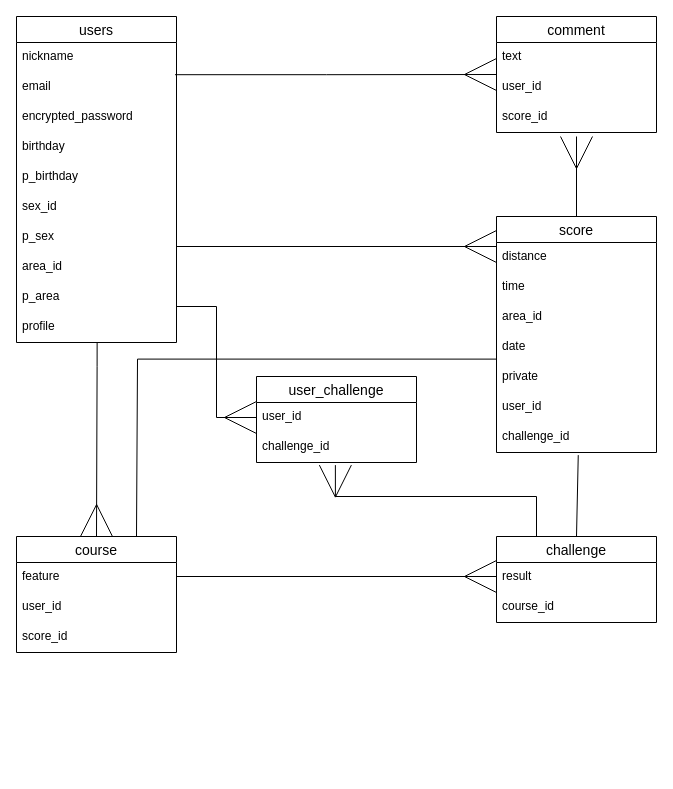
Earlier version of the draw.io diagram er1.dio (StepLadder123/Run-Online). Source tidied: cells renumbered, new cells numbered last; positions are measured from the earlier drawing's top-left corner, leaving out a move shared by most shapes. Both pictures are drawn from the tidied source at 100%, with x=0, y=0 at pixel (16, 16).
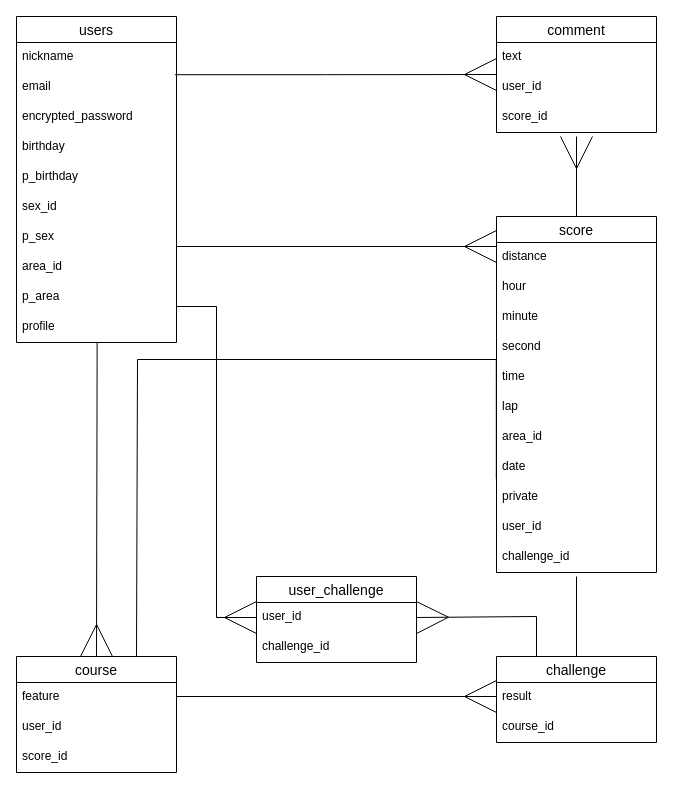
Above is the later version.

Unchanged cells that the change refers to:
```xml
<mxCell id="34" value="user_id" style="text;strokeColor=none;fillColor=none;spacingLeft=4;spacingRight=4;overflow=hidden;points=[[0,0.5],[1,0.5]];portConstraint=eastwest;fontSize=12;" parent="33" vertex="1">
  <mxGeometry y="26" width="160" height="30" as="geometry" />
</mxCell>
<mxCell id="35" value="challenge_id" style="text;strokeColor=none;fillColor=none;spacingLeft=4;spacingRight=4;overflow=hidden;points=[[0,0.5],[1,0.5]];portConstraint=eastwest;fontSize=12;" parent="33" vertex="1">
  <mxGeometry y="56" width="160" height="30" as="geometry" />
</mxCell>
```

What changed in the source:
```diff
@@
     <mxCell id="13" value="score" style="swimlane;fontStyle=0;horizontal=1;startSize=26;align=center;fontSize=14;" parent="1" vertex="1">
-      <mxGeometry x="480" y="200" width="160" height="236" as="geometry" />
+      <mxGeometry x="480" y="200" width="160" height="356" as="geometry" />
     </mxCell>
@@
-    <mxCell id="15" value="time" style="text;strokeColor=none;fillColor=none;spacingLeft=4;spacingRight=4;overflow=hidden;fontSize=12;" parent="13" vertex="1">
+    <mxCell id="15" value="hour " style="text;strokeColor=none;fillColor=none;spacingLeft=4;spacingRight=4;overflow=hidden;fontSize=12;" parent="13" vertex="1">
       <mxGeometry y="56" width="160" height="30" as="geometry" />
     </mxCell>
+    <mxCell id="44" value="minute" style="text;strokeColor=none;fillColor=none;spacingLeft=4;spacingRight=4;overflow=hidden;fontSize=12;" parent="13" vertex="1">
+      <mxGeometry y="86" width="160" height="30" as="geometry" />
+    </mxCell>
+    <mxCell id="45" value="second" style="text;strokeColor=none;fillColor=none;spacingLeft=4;spacingRight=4;overflow=hidden;fontSize=12;" parent="13" vertex="1">
+      <mxGeometry y="116" width="160" height="30" as="geometry" />
+    </mxCell>
+    <mxCell id="46" value="time" style="text;strokeColor=none;fillColor=none;spacingLeft=4;spacingRight=4;overflow=hidden;fontSize=12;" parent="13" vertex="1">
+      <mxGeometry y="146" width="160" height="30" as="geometry" />
+    </mxCell>
+    <mxCell id="47" value="lap" style="text;strokeColor=none;fillColor=none;spacingLeft=4;spacingRight=4;overflow=hidden;fontSize=12;" parent="13" vertex="1">
+      <mxGeometry y="176" width="160" height="30" as="geometry" />
+    </mxCell>
     <mxCell id="16" value="area_id" style="text;strokeColor=none;fillColor=none;spacingLeft=4;spacingRight=4;overflow=hidden;fontSize=12;" parent="13" vertex="1">
-      <mxGeometry y="86" width="160" height="30" as="geometry" />
+      <mxGeometry y="206" width="160" height="30" as="geometry" />
     </mxCell>
     <mxCell id="17" value="date" style="text;strokeColor=none;fillColor=none;spacingLeft=4;spacingRight=4;overflow=hidden;points=[[0,0.5],[1,0.5]];portConstraint=eastwest;fontSize=12;" parent="13" vertex="1">
-      <mxGeometry y="116" width="160" height="30" as="geometry" />
+      <mxGeometry y="236" width="160" height="30" as="geometry" />
     </mxCell>
     <mxCell id="18" value="private" style="text;strokeColor=none;fillColor=none;spacingLeft=4;spacingRight=4;overflow=hidden;fontSize=12;" parent="13" vertex="1">
-      <mxGeometry y="146" width="160" height="30" as="geometry" />
+      <mxGeometry y="266" width="160" height="30" as="geometry" />
     </mxCell>
     <mxCell id="19" value="user_id" style="text;strokeColor=none;fillColor=none;spacingLeft=4;spacingRight=4;overflow=hidden;fontSize=12;" parent="13" vertex="1">
-      <mxGeometry y="176" width="160" height="30" as="geometry" />
+      <mxGeometry y="296" width="160" height="30" as="geometry" />
     </mxCell>
     <mxCell id="20" value="challenge_id" style="text;strokeColor=none;fillColor=none;spacingLeft=4;spacingRight=4;overflow=hidden;points=[[0,0.5],[1,0.5]];portConstraint=eastwest;fontSize=12;" parent="13" vertex="1">
-      <mxGeometry y="206" width="160" height="30" as="geometry" />
+      <mxGeometry y="326" width="160" height="30" as="geometry" />
     </mxCell>
     <mxCell id="21" value="course" style="swimlane;fontStyle=0;horizontal=1;startSize=26;align=center;fontSize=14;" parent="1" vertex="1">
-      <mxGeometry y="520" width="160" height="116" as="geometry" />
+      <mxGeometry y="640" width="160" height="116" as="geometry" />
     </mxCell>
@@
     <mxCell id="26" value="challenge" style="swimlane;fontStyle=0;horizontal=1;startSize=26;align=center;fontSize=14;" parent="1" vertex="1">
-      <mxGeometry x="480" y="520" width="160" height="86" as="geometry" />
+      <mxGeometry x="480" y="640" width="160" height="86" as="geometry" />
     </mxCell>
@@
     <mxCell id="33" value="user_challenge" style="swimlane;fontStyle=0;horizontal=1;startSize=26;align=center;fontSize=14;" parent="1" vertex="1">
-      <mxGeometry x="240" y="360" width="160" height="86" as="geometry" />
+      <mxGeometry x="240" y="560" width="160" height="86" as="geometry" />
     </mxCell>
@@
     <mxCell id="39" style="edgeStyle=orthogonalEdgeStyle;rounded=0;orthogonalLoop=1;jettySize=auto;html=1;entryX=0;entryY=0.5;entryDx=0;entryDy=0;endArrow=ERmany;endFill=0;endSize=30;startSize=30;strokeWidth=1;sourcePerimeterSpacing=30;" parent="1" edge="1">
       <mxGeometry relative="1" as="geometry">
-        <mxPoint x="160" y="560" as="sourcePoint" />
-        <mxPoint x="480" y="560" as="targetPoint" />
+        <mxPoint x="160" y="680" as="sourcePoint" />
+        <mxPoint x="480" y="680" as="targetPoint" />
       </mxGeometry>
     </mxCell>
-    <mxCell id="40" style="endArrow=none;html=1;exitX=0.5;exitY=0;exitDx=0;exitDy=0;entryX=0.511;entryY=1.087;entryDx=0;entryDy=0;entryPerimeter=0;" parent="1" edge="1" source="26" target="20">
-      <mxGeometry relative="1" as="geometry" />
+    <mxCell id="40" style="endArrow=none;html=1;exitX=0.5;exitY=0;exitDx=0;exitDy=0;" parent="1" edge="1" source="26">
+      <mxGeometry relative="1" as="geometry">
+        <mxPoint x="560" y="560" as="targetPoint" />
+      </mxGeometry>
     </mxCell>
-    <mxCell id="41" style="edgeStyle=orthogonalEdgeStyle;rounded=0;jettySize=auto;html=1;endArrow=ERmany;endFill=0;endSize=30;startSize=30;strokeWidth=1;sourcePerimeterSpacing=30;exitX=0.25;exitY=0;exitDx=0;exitDy=0;entryX=0.493;entryY=1.087;entryDx=0;entryDy=0;entryPerimeter=0;" parent="1" edge="1" source="26" target="35">
+    <mxCell id="41" style="edgeStyle=orthogonalEdgeStyle;rounded=0;jettySize=auto;html=1;endArrow=ERmany;endFill=0;endSize=30;startSize=30;strokeWidth=1;sourcePerimeterSpacing=30;exitX=0.25;exitY=0;exitDx=0;exitDy=0;entryX=1;entryY=0.5;entryDx=0;entryDy=0;" parent="1" edge="1" source="26" target="34">
       <mxGeometry relative="1" as="geometry">
         <Array as="points">
-          <mxPoint x="520" y="480" />
-          <mxPoint x="319" y="480" />
+          <mxPoint x="520" y="600" />
         </Array>
       </mxGeometry>
     </mxCell>
     <mxCell id="42" style="edgeStyle=orthogonalEdgeStyle;rounded=0;jettySize=auto;html=1;endArrow=ERmany;endFill=0;endSize=30;startSize=30;strokeWidth=1;sourcePerimeterSpacing=30;entryX=0;entryY=0.5;entryDx=0;entryDy=0;" parent="1" edge="1" target="34">
       <mxGeometry relative="1" as="geometry">
         <mxPoint x="160" y="290" as="sourcePoint" />
         <Array as="points">
           <mxPoint x="200" y="290" />
-          <mxPoint x="200" y="401" />
+          <mxPoint x="200" y="601" />
         </Array>
       </mxGeometry>
     </mxCell>
```
